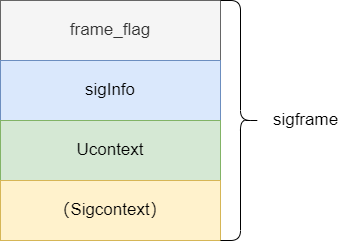
li041/RocketOS keeps this draw.io diagram as docs/content/img/sigframe结构图.drawio.png. Above is the earlier version. Source tidied: cells renumbered, new cells last; positions are measured from the earlier drawing's top-left corner, leaving out a move shared by most shapes. Source of this version:
```xml
<mxGraphModel>
  <root>
    <mxCell id="0" />
    <mxCell id="1" parent="0" />
    <mxCell id="2" value="&lt;font style=&quot;font-size: 17px;&quot;&gt;frame_flag&lt;br&gt;&lt;/font&gt;" style="rounded=0;whiteSpace=wrap;html=1;fillColor=#f5f5f5;fontColor=#333333;strokeColor=#666666;" parent="1" vertex="1">
      <mxGeometry width="220" height="60" as="geometry" />
    </mxCell>
    <mxCell id="3" value="sigInfo" style="rounded=0;whiteSpace=wrap;html=1;fontSize=17;fillColor=#dae8fc;strokeColor=#6c8ebf;" parent="1" vertex="1">
      <mxGeometry y="60" width="220" height="60" as="geometry" />
    </mxCell>
    <mxCell id="4" value="Ucontext" style="rounded=0;whiteSpace=wrap;html=1;fontSize=17;fillColor=#d5e8d4;strokeColor=#82b366;" parent="1" vertex="1">
      <mxGeometry y="120" width="220" height="60" as="geometry" />
    </mxCell>
    <mxCell id="5" value="（Sigcontext）" style="rounded=0;whiteSpace=wrap;html=1;fontSize=17;fillColor=#fff2cc;strokeColor=#d6b656;" parent="1" vertex="1">
      <mxGeometry y="180" width="220" height="60" as="geometry" />
    </mxCell>
    <mxCell id="6" style="shape=curlyBracket;whiteSpace=wrap;html=1;rounded=1;flipH=1;fontSize=17;" parent="1" vertex="1">
      <mxGeometry x="220" width="40" height="240" as="geometry" />
    </mxCell>
    <mxCell id="7" value="sigframe" style="text;html=1;align=center;verticalAlign=middle;strokeColor=none;fillColor=none;fontSize=17;" parent="1" vertex="1">
      <mxGeometry x="260" y="105" width="90" height="30" as="geometry" />
    </mxCell>
  </root>
</mxGraphModel>
```
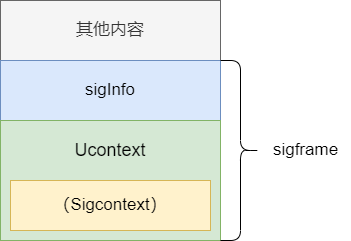
Above is the later version.

Commit message:
修正了thread、signal内容，调整添加了部分图片

Diff of the diagram source:
```diff
@@ -2,23 +2,26 @@
   <root>
     <mxCell id="0" />
     <mxCell id="1" parent="0" />
-    <mxCell id="2" value="&lt;font style=&quot;font-size: 17px;&quot;&gt;frame_flag&lt;br&gt;&lt;/font&gt;" style="rounded=0;whiteSpace=wrap;html=1;fillColor=#f5f5f5;fontColor=#333333;strokeColor=#666666;" parent="1" vertex="1">
+    <mxCell id="2" value="&lt;font style=&quot;font-size: 17px;&quot;&gt;其他内容&lt;/font&gt;" style="rounded=0;whiteSpace=wrap;html=1;fillColor=#f5f5f5;fontColor=#333333;strokeColor=#666666;" parent="1" vertex="1">
       <mxGeometry width="220" height="60" as="geometry" />
     </mxCell>
     <mxCell id="3" value="sigInfo" style="rounded=0;whiteSpace=wrap;html=1;fontSize=17;fillColor=#dae8fc;strokeColor=#6c8ebf;" parent="1" vertex="1">
       <mxGeometry y="60" width="220" height="60" as="geometry" />
     </mxCell>
-    <mxCell id="4" value="Ucontext" style="rounded=0;whiteSpace=wrap;html=1;fontSize=17;fillColor=#d5e8d4;strokeColor=#82b366;" parent="1" vertex="1">
-      <mxGeometry y="120" width="220" height="60" as="geometry" />
+    <mxCell id="4" style="rounded=0;whiteSpace=wrap;html=1;fontSize=17;fillColor=#d5e8d4;strokeColor=#82b366;" parent="1" vertex="1">
+      <mxGeometry y="120" width="220" height="120" as="geometry" />
     </mxCell>
     <mxCell id="5" value="（Sigcontext）" style="rounded=0;whiteSpace=wrap;html=1;fontSize=17;fillColor=#fff2cc;strokeColor=#d6b656;" parent="1" vertex="1">
-      <mxGeometry y="180" width="220" height="60" as="geometry" />
+      <mxGeometry x="10" y="180" width="200" height="50" as="geometry" />
     </mxCell>
     <mxCell id="6" style="shape=curlyBracket;whiteSpace=wrap;html=1;rounded=1;flipH=1;fontSize=17;" parent="1" vertex="1">
-      <mxGeometry x="220" width="40" height="240" as="geometry" />
+      <mxGeometry x="220" y="60" width="40" height="180" as="geometry" />
     </mxCell>
     <mxCell id="7" value="sigframe" style="text;html=1;align=center;verticalAlign=middle;strokeColor=none;fillColor=none;fontSize=17;" parent="1" vertex="1">
-      <mxGeometry x="260" y="105" width="90" height="30" as="geometry" />
+      <mxGeometry x="260" y="135" width="90" height="30" as="geometry" />
     </mxCell>
+    <mxCell id="8" value="&lt;font style=&quot;font-size: 18px;&quot;&gt;Ucontext&lt;/font&gt;" style="text;html=1;strokeColor=none;fillColor=none;align=center;verticalAlign=middle;whiteSpace=wrap;rounded=0;" parent="1" vertex="1">
+      <mxGeometry x="80" y="135" width="60" height="30" as="geometry" />
+    </mxCell>
   </root>
 </mxGraphModel>
```
